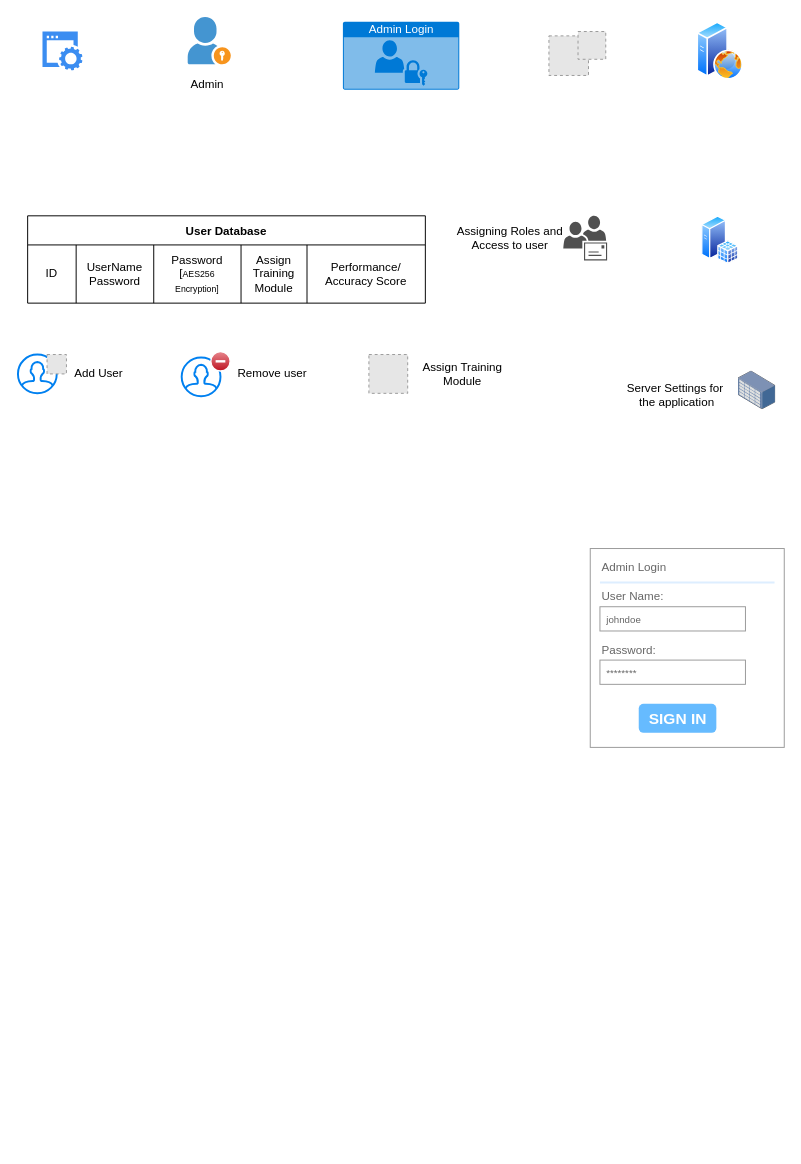
Before: page "dewa_admin_flow" (8 of 9) of dewa_acrh.drawio in kpradp/Charts, a draw.io diagram. Source tidied: cells renumbered, new cells numbered last; positions are measured from the earlier drawing's top-left corner, leaving out a move shared by most shapes. Both pictures are drawn from the tidied source at 97%, with x=0, y=0 at pixel (17, 16). Pictures stored in the file or linked from it are replaced by grey dashed boxes.
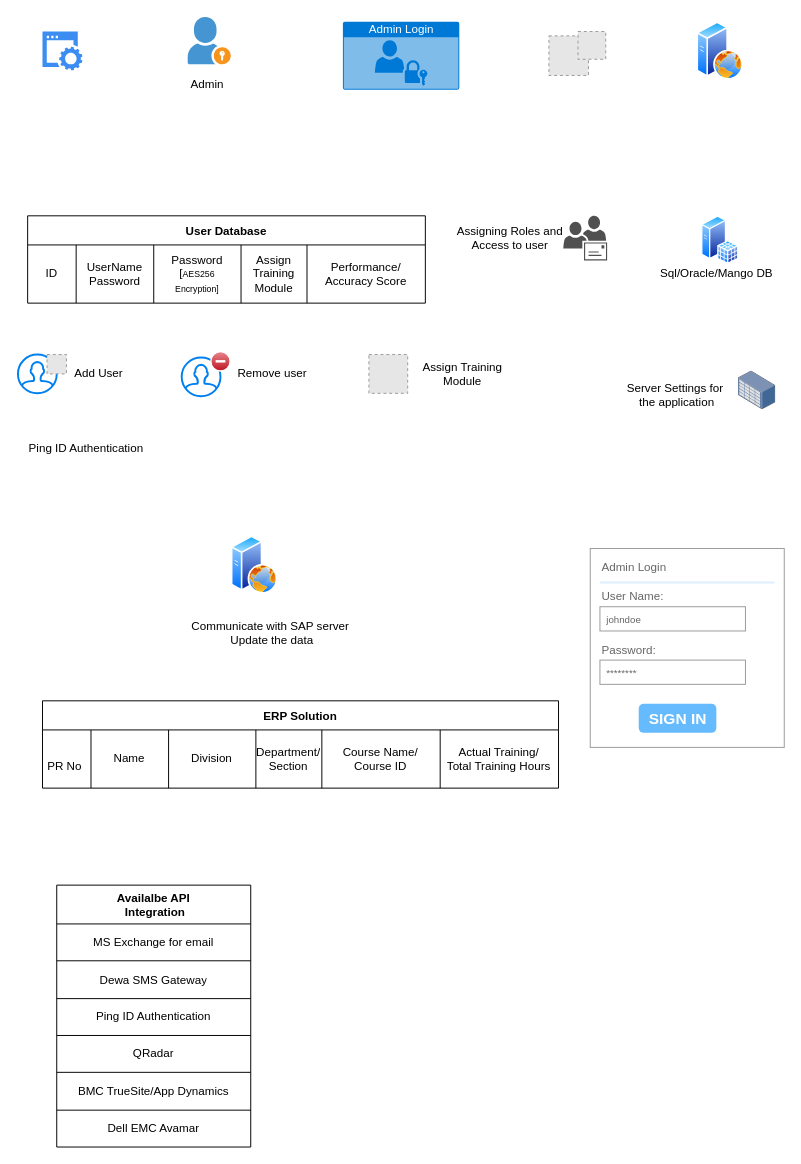
The same page after the edit.

What changed in the source:
```diff
@@
+    <mxCell id="46" value="Sql/Oracle/Mango DB" style="text;html=1;align=center;verticalAlign=middle;strokeColor=none;fillColor=none;" parent="1" vertex="1">
+      <mxGeometry x="655" y="255" width="130" height="20" as="geometry" />
+    </mxCell>
+    <mxCell id="47" value="ERP Solution" style="shape=table;startSize=30;childLayout=tableLayout;fontStyle=1;align=center;resizeLastRow=0;" parent="1" vertex="1">
+      <mxGeometry x="25.3" y="705" width="532" height="90" as="geometry" />
+    </mxCell>
+    <mxCell id="48" style="shape=partialRectangle;html=1;whiteSpace=wrap;fillColor=none;top=0;left=0;bottom=0;right=0;" parent="47" vertex="1">
+      <mxGeometry y="30" width="532" height="60" as="geometry" />
+    </mxCell>
+    <mxCell id="49" value="&lt;br&gt;PR No&lt;span style=&quot;white-space: pre&quot;&gt; &lt;/span&gt;" style="shape=partialRectangle;html=1;whiteSpace=wrap;fillColor=none;top=0;left=0;bottom=0;right=0;overflow=hidden;align=center;" parent="48" vertex="1">
+      <mxGeometry width="50" height="60" as="geometry" />
+    </mxCell>
+    <mxCell id="50" value="Name" style="shape=partialRectangle;html=1;whiteSpace=wrap;fillColor=none;top=0;left=0;bottom=0;right=0;overflow=hidden;align=center;" parent="48" vertex="1">
+      <mxGeometry x="50" width="80" height="60" as="geometry" />
+    </mxCell>
+    <mxCell id="51" value="Division" style="shape=partialRectangle;html=1;whiteSpace=wrap;fillColor=none;top=0;left=0;bottom=0;right=0;overflow=hidden;align=center;" parent="48" vertex="1">
+      <mxGeometry x="130" width="90" height="60" as="geometry" />
+    </mxCell>
+    <mxCell id="52" value="Department/&lt;br&gt;Section" style="shape=partialRectangle;html=1;whiteSpace=wrap;fillColor=none;top=0;left=0;bottom=0;right=0;overflow=hidden;align=center;" parent="48" vertex="1">
+      <mxGeometry x="220" width="68" height="60" as="geometry" />
+    </mxCell>
+    <mxCell id="53" value="Course Name/&lt;br&gt;Course ID" style="shape=partialRectangle;html=1;whiteSpace=wrap;fillColor=none;top=0;left=0;bottom=0;right=0;overflow=hidden;align=center;" parent="48" vertex="1">
+      <mxGeometry x="288" width="122" height="60" as="geometry" />
+    </mxCell>
+    <mxCell id="54" value="Actual Training/&lt;br&gt;Total Training Hours&lt;br&gt;" style="shape=partialRectangle;html=1;whiteSpace=wrap;fillColor=none;top=0;left=0;bottom=0;right=0;overflow=hidden;align=center;" parent="48" vertex="1">
+      <mxGeometry x="410" width="122" height="60" as="geometry" />
+    </mxCell>
+    <mxCell id="55" style="perimeter=ellipsePerimeter;html=1;align=center;shadow=0;dashed=0;spacingTop=3;image;image=img/lib/active_directory/web_server.svg;" parent="1" vertex="1">
+      <mxGeometry x="220" y="535" width="48" height="60" as="geometry" />
+    </mxCell>
+    <mxCell id="56" value="Communicate with SAP server&lt;br&gt;&amp;nbsp;Update the data" style="text;html=1;align=center;verticalAlign=middle;strokeColor=none;fillColor=none;" parent="1" vertex="1">
+      <mxGeometry x="170" y="620" width="180" height="30" as="geometry" />
+    </mxCell>
+    <mxCell id="57" value="Availalbe API&#10; Integration" style="shape=table;startSize=40;childLayout=tableLayout;fontStyle=1;align=center;" parent="1" vertex="1">
+      <mxGeometry x="40" y="895" width="200" height="270" as="geometry" />
+    </mxCell>
+    <mxCell id="58" style="shape=tableRow;horizontal=0;startSize=0;swimlaneHead=0;swimlaneBody=0;top=0;left=0;bottom=0;right=0;fillColor=none;" parent="57" vertex="1">
+      <mxGeometry y="40" width="200" height="38" as="geometry" />
+    </mxCell>
+    <mxCell id="59" value="MS Exchange for email" style="shape=partialRectangle;html=1;whiteSpace=wrap;fillColor=none;top=0;left=0;bottom=0;right=0;overflow=hidden;" parent="58" vertex="1">
+      <mxGeometry width="200" height="38" as="geometry" />
+    </mxCell>
+    <mxCell id="60" style="shape=tableRow;horizontal=0;startSize=0;swimlaneHead=0;swimlaneBody=0;top=0;left=0;bottom=0;right=0;fillColor=none;" parent="57" vertex="1">
+      <mxGeometry y="78" width="200" height="39" as="geometry" />
+    </mxCell>
+    <mxCell id="61" value="Dewa SMS Gateway" style="shape=partialRectangle;html=1;whiteSpace=wrap;fillColor=none;top=0;left=0;bottom=0;right=0;overflow=hidden;" parent="60" vertex="1">
+      <mxGeometry width="200" height="39" as="geometry" />
+    </mxCell>
+    <mxCell id="62" style="shape=tableRow;horizontal=0;startSize=0;swimlaneHead=0;swimlaneBody=0;top=0;left=0;bottom=0;right=0;fillColor=none;" parent="57" vertex="1">
+      <mxGeometry y="117" width="200" height="38" as="geometry" />
+    </mxCell>
+    <mxCell id="63" value="Ping ID Authentication" style="shape=partialRectangle;html=1;whiteSpace=wrap;fillColor=none;top=0;left=0;bottom=0;right=0;overflow=hidden;" parent="62" vertex="1">
+      <mxGeometry width="200" height="38" as="geometry" />
+    </mxCell>
+    <mxCell id="64" style="shape=tableRow;horizontal=0;startSize=0;swimlaneHead=0;swimlaneBody=0;top=0;left=0;bottom=0;right=0;fillColor=none;" parent="57" vertex="1">
+      <mxGeometry y="155" width="200" height="38" as="geometry" />
+    </mxCell>
+    <mxCell id="65" value="QRadar" style="shape=partialRectangle;html=1;whiteSpace=wrap;fillColor=none;top=0;left=0;bottom=0;right=0;overflow=hidden;" parent="64" vertex="1">
+      <mxGeometry width="200" height="38" as="geometry" />
+    </mxCell>
+    <mxCell id="66" style="shape=tableRow;horizontal=0;startSize=0;swimlaneHead=0;swimlaneBody=0;top=0;left=0;bottom=0;right=0;fillColor=none;" parent="57" vertex="1">
+      <mxGeometry y="193" width="200" height="39" as="geometry" />
+    </mxCell>
+    <mxCell id="67" value="BMC TrueSite/App Dynamics" style="shape=partialRectangle;html=1;whiteSpace=wrap;fillColor=none;top=0;left=0;bottom=0;right=0;overflow=hidden;" parent="66" vertex="1">
+      <mxGeometry width="200" height="39" as="geometry" />
+    </mxCell>
+    <mxCell id="68" style="shape=tableRow;horizontal=0;startSize=0;swimlaneHead=0;swimlaneBody=0;top=0;left=0;bottom=0;right=0;fillColor=none;" parent="57" vertex="1">
+      <mxGeometry y="232" width="200" height="38" as="geometry" />
+    </mxCell>
+    <mxCell id="69" value="Dell EMC Avamar" style="shape=partialRectangle;html=1;whiteSpace=wrap;fillColor=none;top=0;left=0;bottom=0;right=0;overflow=hidden;" parent="68" vertex="1">
+      <mxGeometry width="200" height="38" as="geometry" />
+    </mxCell>
+    <mxCell id="70" value="Ping ID Authentication" style="text;html=1;align=center;verticalAlign=middle;strokeColor=none;fillColor=none;" parent="1" vertex="1">
+      <mxGeometry x="5" y="435" width="130" height="20" as="geometry" />
+    </mxCell>
```
